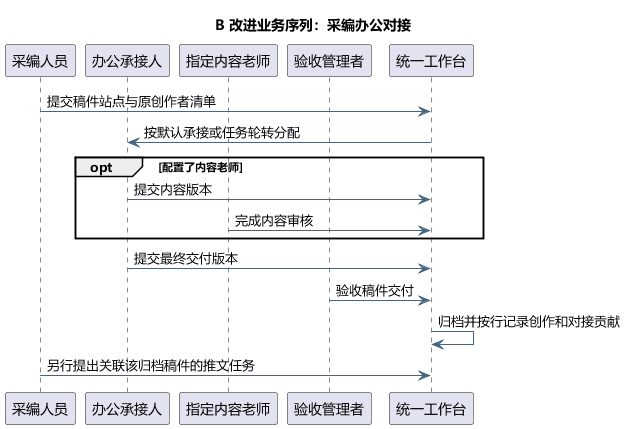
The PlantUML diagram docs/diagrams/improved-business-sequence-editorial.png in tccc1csu/miniprogram-csu, before a commit.
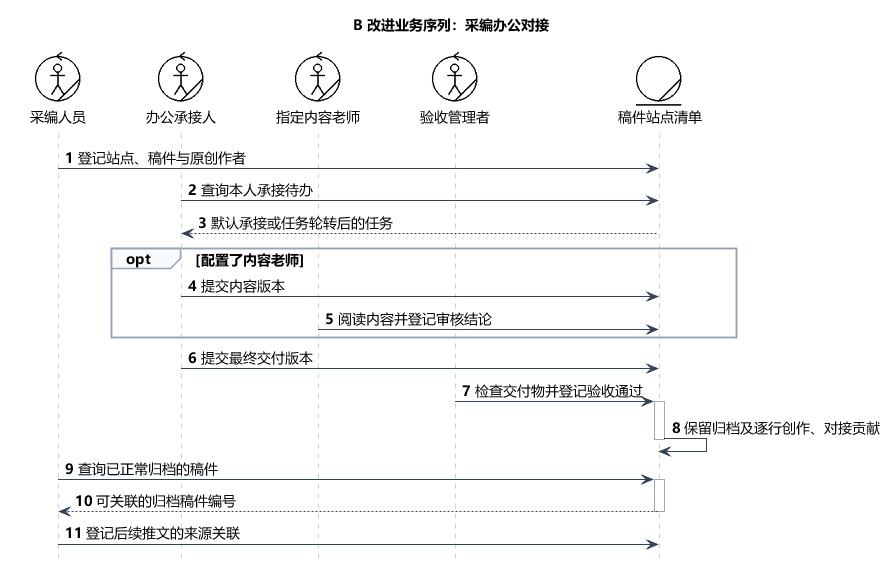
After the commit.

Change to the diagram source:
```diff
@@ -5,22 +5,41 @@
 skinparam ArrowColor #466482
 skinparam classAttributeIconSize 0
 hide empty members
+skinparam defaultFontSize 14
+skinparam sequenceLifeLineBorderColor #9AA8B8
+skinparam sequenceArrowColor #334155
+skinparam sequenceGroupBorderColor #94A3B8
+skinparam sequenceGroupBackgroundColor #F8FAFC
+skinparam sequenceParticipantPadding 18
+skinparam maxMessageSize 240
+hide footbox
+autonumber
+!include course-notation.iuml
+skinparam sequenceParticipantBorderColor transparent
+skinparam sequenceParticipantBackgroundColor transparent
 title B 改进业务序列：采编办公对接
 
-participant "采编人员" as E
-participant "办公承接人" as O
-participant "指定内容老师" as T
-participant "验收管理者" as M
-participant "统一工作台" as S
-E -> S : 提交稿件站点与原创作者清单
-S -> O : 按默认承接或任务轮转分配
+participant "<$worker>\n采编人员" as E
+participant "<$worker>\n办公承接人" as O
+participant "<$worker>\n指定内容老师" as T
+participant "<$worker>\n验收管理者" as M
+participant "<$entity>\n稿件站点清单" as S
+E -> S : 登记站点、稿件与原创作者
+O -> S : 查询本人承接待办
+S --> O : 默认承接或任务轮转后的任务
 opt 配置了内容老师
 O -> S : 提交内容版本
-T -> S : 完成内容审核
+T -> S : 阅读内容并登记审核结论
 end
 O -> S : 提交最终交付版本
-M -> S : 验收稿件交付
-S -> S : 归档并按行记录创作和对接贡献
-E -> S : 另行提出关联该归档稿件的推文任务
+M -> S : 检查交付物并登记验收通过
+activate S
+S -> S : 保留归档及逐行创作、对接贡献
+deactivate S
+E -> S : 查询已正常归档的稿件
+activate S
+S --> E : 可关联的归档稿件编号
+deactivate S
+E -> S : 登记后续推文的来源关联
 
 @enduml
```
